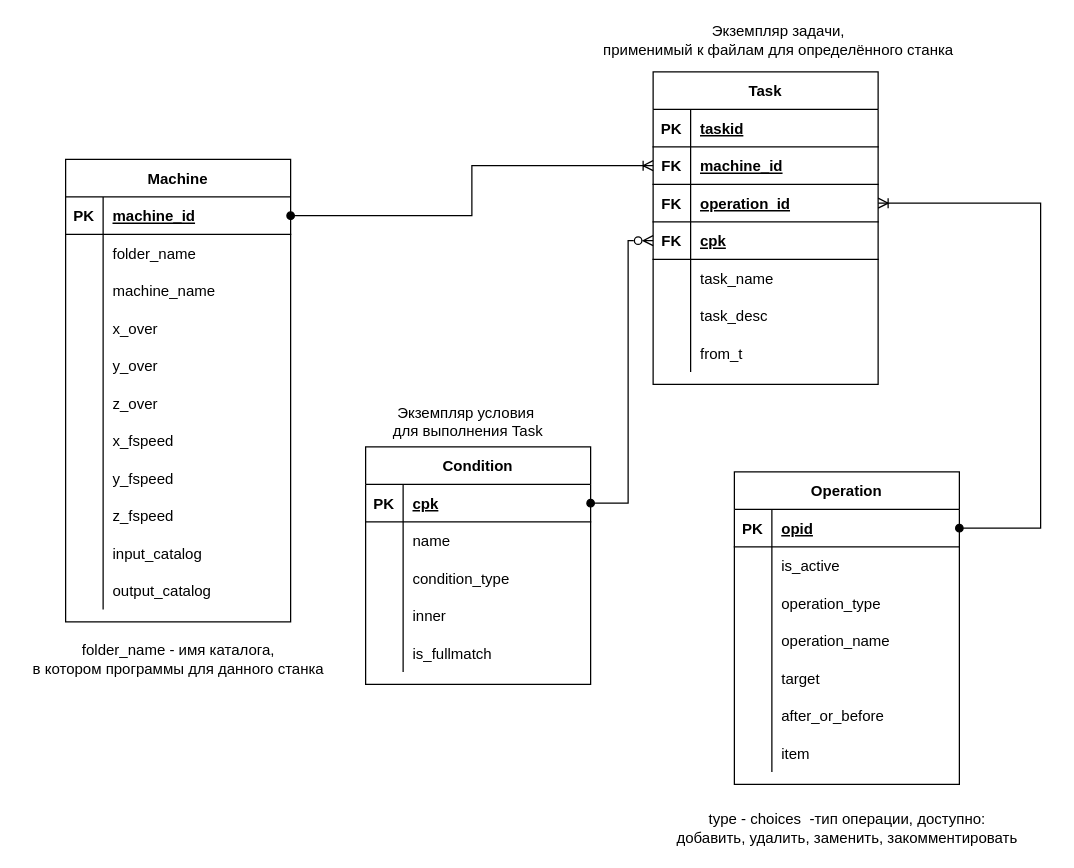
filthps/CNC-File-Parser keeps this draw.io diagram as docs/cnc_db.drawio. Above is the earlier version. Source tidied: cells renumbered, new cells numbered last; positions are measured from the earlier drawing's top-left corner, leaving out a move shared by most shapes. Both pictures are drawn from the tidied source at 125%, with x=0, y=0 at pixel (21, 21).
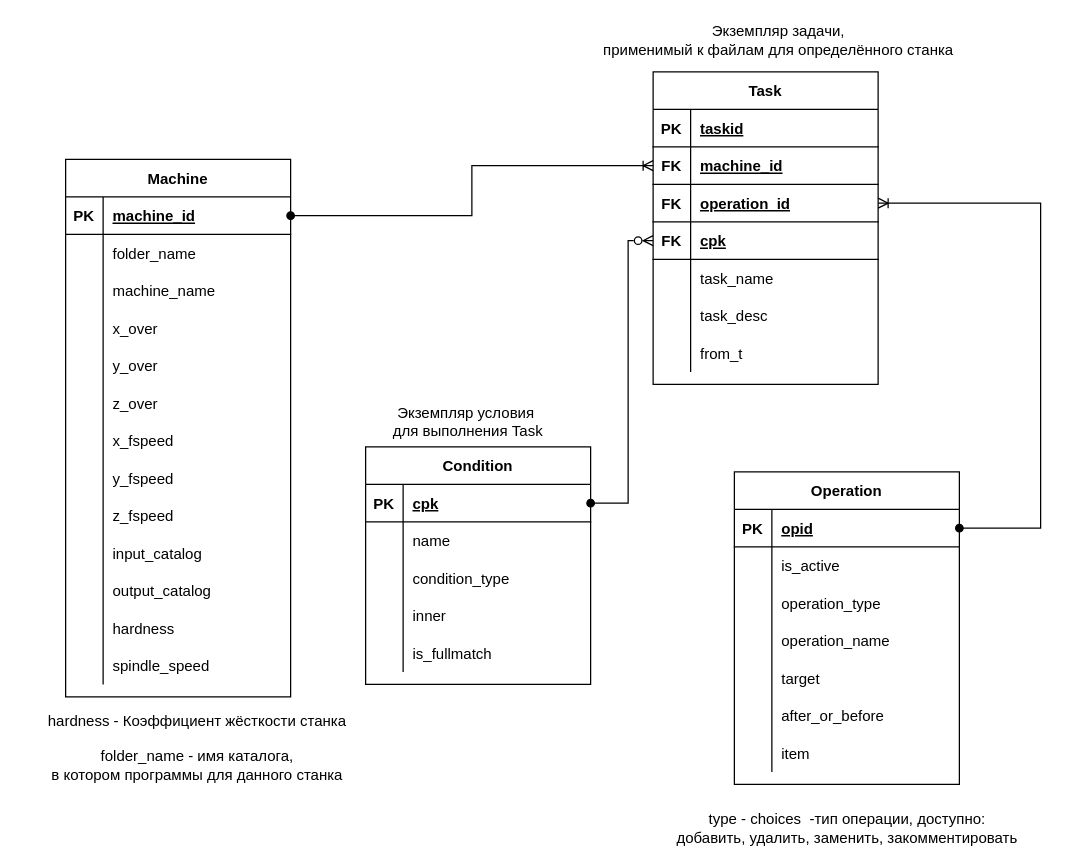
The same page after the edit.

Diff of the diagram source:
```diff
@@
     <mxCell id="2" value="Machine" style="shape=table;startSize=30;childLayout=tableLayout;rowLines=0;fontStyle=1;align=center;" parent="1" vertex="1">
-      <mxGeometry x="35" y="110" width="180" height="370" as="geometry" />
+      <mxGeometry x="35" y="110" width="180" height="430" as="geometry" />
     </mxCell>
@@
+    <mxCell id="104" style="shape=tableRow;horizontal=0;startSize=0;swimlaneHead=0;swimlaneBody=0;fillColor=none;top=0;left=0;right=0;bottom=0;" parent="2" vertex="1">
+      <mxGeometry y="360" width="180" height="30" as="geometry" />
+    </mxCell>
+    <mxCell id="105" style="shape=partialRectangle;fillColor=none;top=0;left=0;bottom=0;right=0;overflow=hidden;" parent="104" vertex="1">
+      <mxGeometry width="30" height="30" as="geometry" />
+    </mxCell>
+    <mxCell id="106" value="hardness" style="shape=partialRectangle;fillColor=none;top=0;left=0;bottom=0;right=0;align=left;spacingLeft=6;overflow=hidden;" parent="104" vertex="1">
+      <mxGeometry x="30" width="150" height="30" as="geometry" />
+    </mxCell>
+    <mxCell id="107" style="shape=tableRow;horizontal=0;startSize=0;swimlaneHead=0;swimlaneBody=0;fillColor=none;top=0;left=0;right=0;bottom=0;" parent="2" vertex="1">
+      <mxGeometry y="390" width="180" height="30" as="geometry" />
+    </mxCell>
+    <mxCell id="108" style="shape=partialRectangle;fillColor=none;top=0;left=0;bottom=0;right=0;overflow=hidden;" parent="107" vertex="1">
+      <mxGeometry width="30" height="30" as="geometry" />
+    </mxCell>
+    <mxCell id="109" value="spindle_speed" style="shape=partialRectangle;fillColor=none;top=0;left=0;bottom=0;right=0;align=left;spacingLeft=6;overflow=hidden;" parent="107" vertex="1">
+      <mxGeometry x="30" width="150" height="30" as="geometry" />
+    </mxCell>
@@
     <mxCell id="82" value="&lt;span style=&quot;text-align: left;&quot;&gt;folder_name - имя каталога, &lt;br&gt;в котором программы для данного станка&lt;/span&gt;" style="text;html=1;align=center;verticalAlign=middle;strokeColor=none;fillColor=none;" parent="1" vertex="1">
-      <mxGeometry y="495" width="250" height="30" as="geometry" />
+      <mxGeometry x="15" y="580" width="250" height="30" as="geometry" />
     </mxCell>
@@
+    <mxCell id="110" value="hardness - Коэффициент жёсткости станка" style="text;html=1;align=center;verticalAlign=middle;strokeColor=none;fillColor=none;" parent="1" vertex="1">
+      <mxGeometry x="15" y="550" width="250" height="20" as="geometry" />
+    </mxCell>
```
